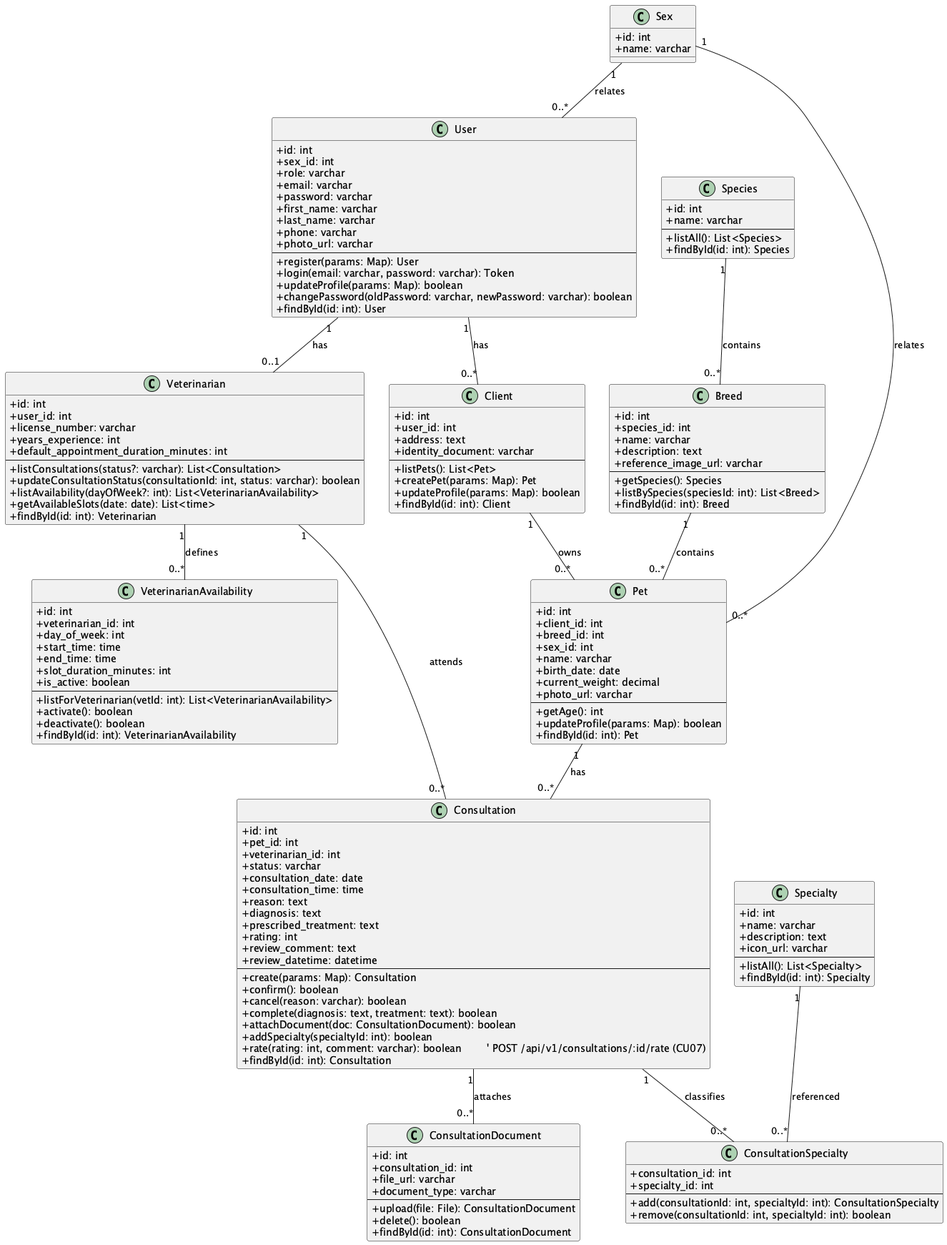
W1llpr0/prograMovil keeps this PlantUML diagram as Docs/diagrams/class_diagram.png. Above is the earlier version.
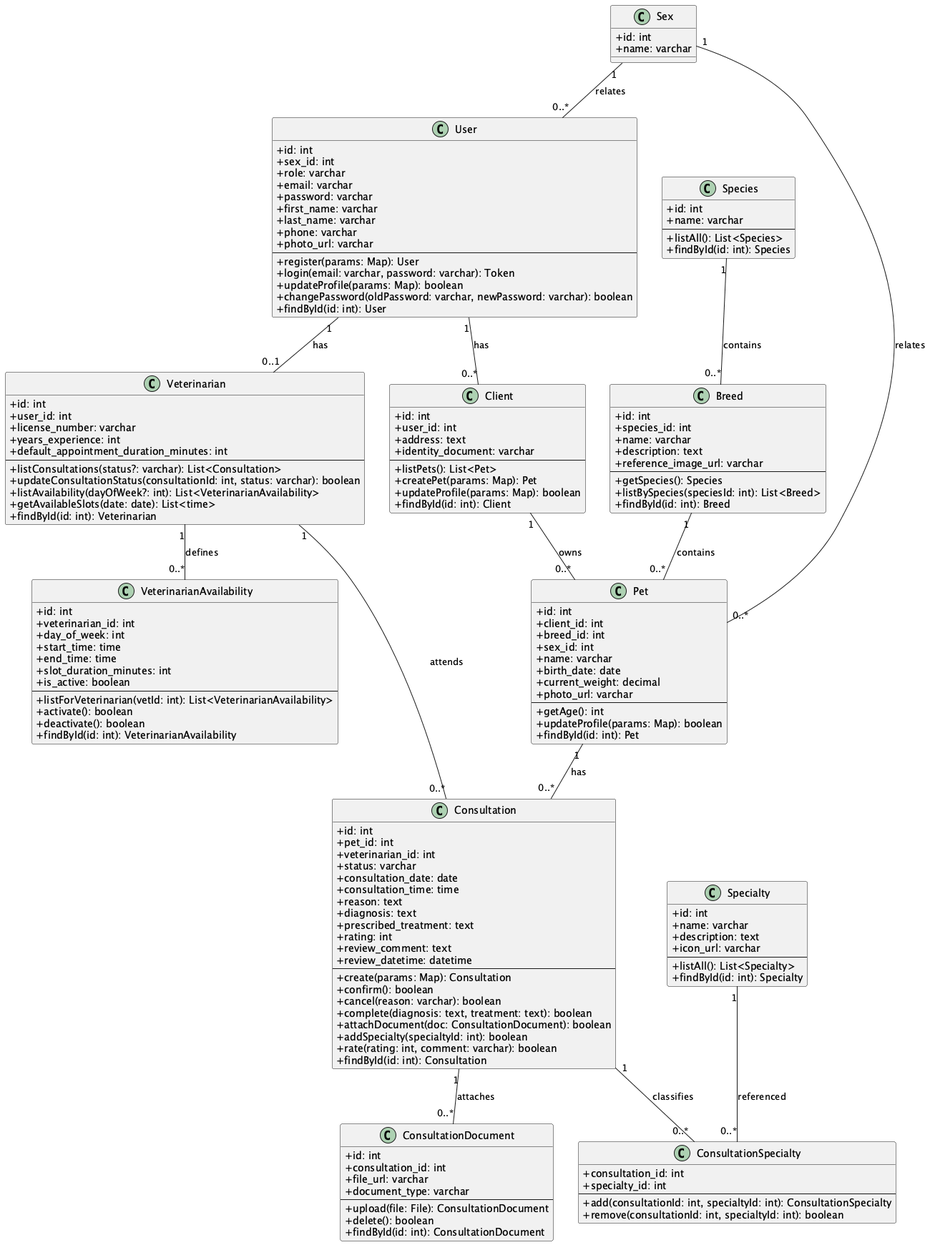
Above is the later version.

Commit message:
Remove leftover POST comment and refresh class diagram

Change to the diagram source:
```diff
@@ -116,7 +116,7 @@
   +complete(diagnosis: text, treatment: text): boolean
   +attachDocument(doc: ConsultationDocument): boolean
   +addSpecialty(specialtyId: int): boolean
-  +rate(rating: int, comment: varchar): boolean        ' POST /api/v1/consultations/:id/rate (CU07)
+  +rate(rating: int, comment: varchar): boolean
   +findById(id: int): Consultation
 }
 
```
